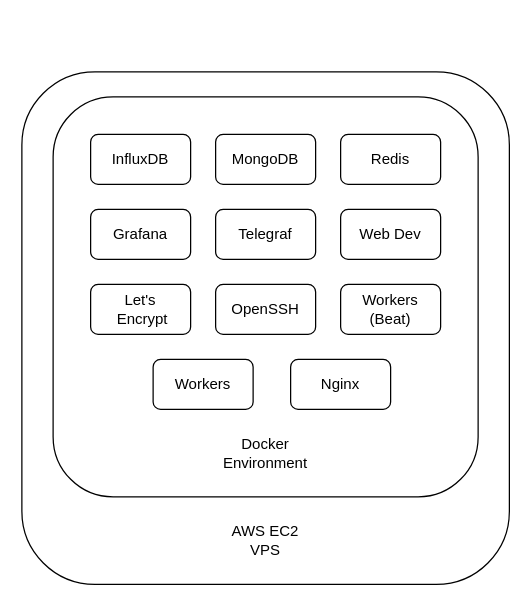
The draw.io diagram img/diagrams/drawio/old-arch.drawio in idontcare1996/ua-thesis, before the edit. Source tidied: cells renumbered, new cells numbered last; positions are measured from the earlier drawing's top-left corner, leaving out a move shared by most shapes. Both pictures are drawn from the tidied source at 125%, with x=0, y=0 at pixel (21, 71).
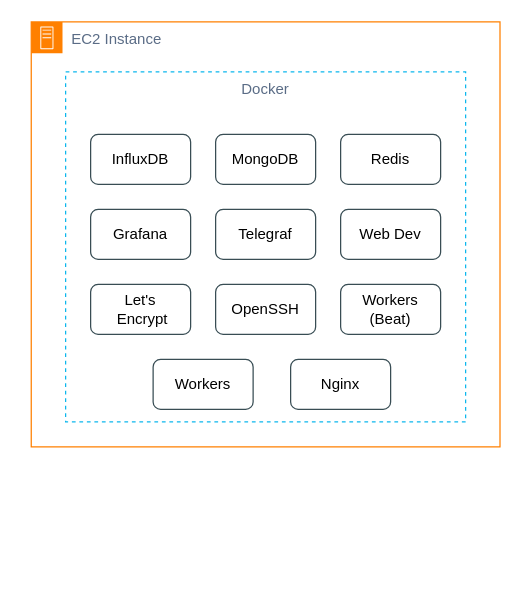
The same diagram, later.

Commit message (it also covers changes not shown here):
Updated old-arch diagram

The edit, as a diff of the source:
```diff
@@
 <mxGraphModel>
   <root>
     <mxCell id="0" />
     <mxCell id="1" parent="0" />
-    <mxCell id="2" style="rounded=1;whiteSpace=wrap;html=1;" parent="1" vertex="1">
-      <mxGeometry width="390" height="410" as="geometry" />
-    </mxCell>
-    <mxCell id="3" style="rounded=1;whiteSpace=wrap;html=1;" parent="1" vertex="1">
-      <mxGeometry x="25" y="20" width="340" height="320" as="geometry" />
-    </mxCell>
+    <mxCell id="17" value="EC2 Instance" style="gradientColor=none;html=1;whiteSpace=wrap;fontSize=12;fontStyle=0;shape=mxgraph.aws4.group;grIcon=mxgraph.aws4.group_on_premise;strokeColor=#FF8000;fillColor=none;verticalAlign=top;align=left;spacingLeft=30;fontColor=#5A6C86;dashed=0;" parent="1" vertex="1">
+      <mxGeometry x="7.5" y="-40" width="375" height="340" as="geometry" />
+    </mxCell>
+    <mxCell id="18" value="Docker" style="fillColor=none;strokeColor=#0db7ed;dashed=1;verticalAlign=top;fontStyle=0;fontColor=#5A6C86;" parent="1" vertex="1">
+      <mxGeometry x="35" width="320" height="280" as="geometry" />
+    </mxCell>
-    <mxCell id="4" value="InfluxDB" style="rounded=1;whiteSpace=wrap;html=1;" parent="1" vertex="1">
+    <mxCell id="4" value="InfluxDB" style="rounded=1;whiteSpace=wrap;html=1;strokeColor=#384d54;" parent="1" vertex="1">
       <mxGeometry x="55" y="50" width="80" height="40" as="geometry" />
     </mxCell>
-    <mxCell id="5" value="MongoDB" style="rounded=1;whiteSpace=wrap;html=1;" parent="1" vertex="1">
+    <mxCell id="5" value="MongoDB" style="rounded=1;whiteSpace=wrap;html=1;strokeColor=#384d54;" parent="1" vertex="1">
       <mxGeometry x="155" y="50" width="80" height="40" as="geometry" />
     </mxCell>
-    <mxCell id="6" value="Grafana" style="rounded=1;whiteSpace=wrap;html=1;" parent="1" vertex="1">
+    <mxCell id="6" value="Grafana" style="rounded=1;whiteSpace=wrap;html=1;strokeColor=#384d54;" parent="1" vertex="1">
       <mxGeometry x="55" y="110" width="80" height="40" as="geometry" />
     </mxCell>
-    <mxCell id="7" value="Telegraf" style="rounded=1;whiteSpace=wrap;html=1;" parent="1" vertex="1">
+    <mxCell id="7" value="Telegraf" style="rounded=1;whiteSpace=wrap;html=1;strokeColor=#384d54;" parent="1" vertex="1">
       <mxGeometry x="155" y="110" width="80" height="40" as="geometry" />
     </mxCell>
-    <mxCell id="8" value="Let's&lt;br&gt;&amp;nbsp;Encrypt" style="rounded=1;whiteSpace=wrap;html=1;" parent="1" vertex="1">
+    <mxCell id="8" value="Let's&lt;br&gt;&amp;nbsp;Encrypt" style="rounded=1;whiteSpace=wrap;html=1;strokeColor=#384d54;" parent="1" vertex="1">
       <mxGeometry x="55" y="170" width="80" height="40" as="geometry" />
     </mxCell>
-    <mxCell id="9" value="Web Dev" style="rounded=1;whiteSpace=wrap;html=1;" parent="1" vertex="1">
+    <mxCell id="9" value="Web Dev" style="rounded=1;whiteSpace=wrap;html=1;strokeColor=#384d54;" parent="1" vertex="1">
       <mxGeometry x="255" y="110" width="80" height="40" as="geometry" />
     </mxCell>
-    <mxCell id="10" value="Redis" style="rounded=1;whiteSpace=wrap;html=1;" parent="1" vertex="1">
+    <mxCell id="10" value="Redis" style="rounded=1;whiteSpace=wrap;html=1;strokeColor=#384d54;glass=0;shadow=0;sketch=0;strokeWidth=1;" parent="1" vertex="1">
       <mxGeometry x="255" y="50" width="80" height="40" as="geometry" />
     </mxCell>
-    <mxCell id="11" value="OpenSSH" style="rounded=1;whiteSpace=wrap;html=1;" parent="1" vertex="1">
+    <mxCell id="11" value="OpenSSH" style="rounded=1;whiteSpace=wrap;html=1;strokeColor=#384d54;" parent="1" vertex="1">
       <mxGeometry x="155" y="170" width="80" height="40" as="geometry" />
     </mxCell>
-    <mxCell id="12" value="Workers" style="rounded=1;whiteSpace=wrap;html=1;" parent="1" vertex="1">
+    <mxCell id="12" value="Workers" style="rounded=1;whiteSpace=wrap;html=1;strokeColor=#384d54;" parent="1" vertex="1">
       <mxGeometry x="105" y="230" width="80" height="40" as="geometry" />
     </mxCell>
-    <mxCell id="13" value="Workers&lt;br&gt;(Beat)" style="rounded=1;whiteSpace=wrap;html=1;" parent="1" vertex="1">
+    <mxCell id="13" value="Workers&lt;br&gt;(Beat)" style="rounded=1;whiteSpace=wrap;html=1;strokeColor=#384d54;" parent="1" vertex="1">
       <mxGeometry x="255" y="170" width="80" height="40" as="geometry" />
     </mxCell>
-    <mxCell id="14" value="Nginx" style="rounded=1;whiteSpace=wrap;html=1;" parent="1" vertex="1">
+    <mxCell id="14" value="Nginx" style="rounded=1;whiteSpace=wrap;html=1;strokeColor=#384d54;" parent="1" vertex="1">
       <mxGeometry x="215" y="230" width="80" height="40" as="geometry" />
     </mxCell>
-    <mxCell id="15" value="Docker Environment" style="text;html=1;strokeColor=none;fillColor=none;align=center;verticalAlign=middle;whiteSpace=wrap;rounded=0;" parent="1" vertex="1">
-      <mxGeometry x="165" y="290" width="60" height="30" as="geometry" />
-    </mxCell>
-    <mxCell id="16" value="AWS EC2 VPS" style="text;html=1;strokeColor=none;fillColor=none;align=center;verticalAlign=middle;whiteSpace=wrap;rounded=0;" parent="1" vertex="1">
-      <mxGeometry x="165" y="360" width="60" height="30" as="geometry" />
-    </mxCell>
   </root>
 </mxGraphModel>
```
